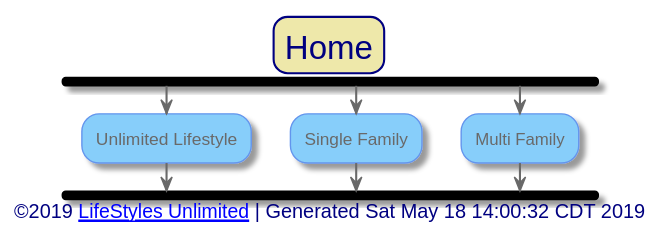
This is out/src/index.svg from toddmo/lifestylesunlimited, a PlantUML export, as it was before one commit.
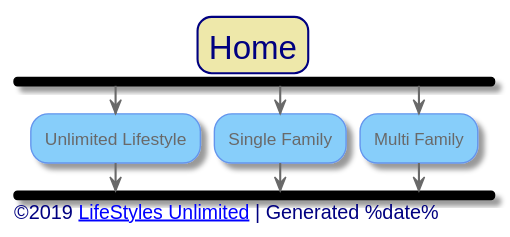
The same file after the commit.

What changed in the source:
```diff
@@ -87,7 +87,7 @@
 
 
 left footer
-	<font size=14>©2019 [[http://www.lifestylesunlimited.com LifeStyles Unlimited]] | Generated Sat May 18 14:00:32 CDT 2019</font>
+	<font size=14>©2019 [[http://www.lifestylesunlimited.com LifeStyles Unlimited]] | Generated %date%</font>
 endfooter
 
 
```
